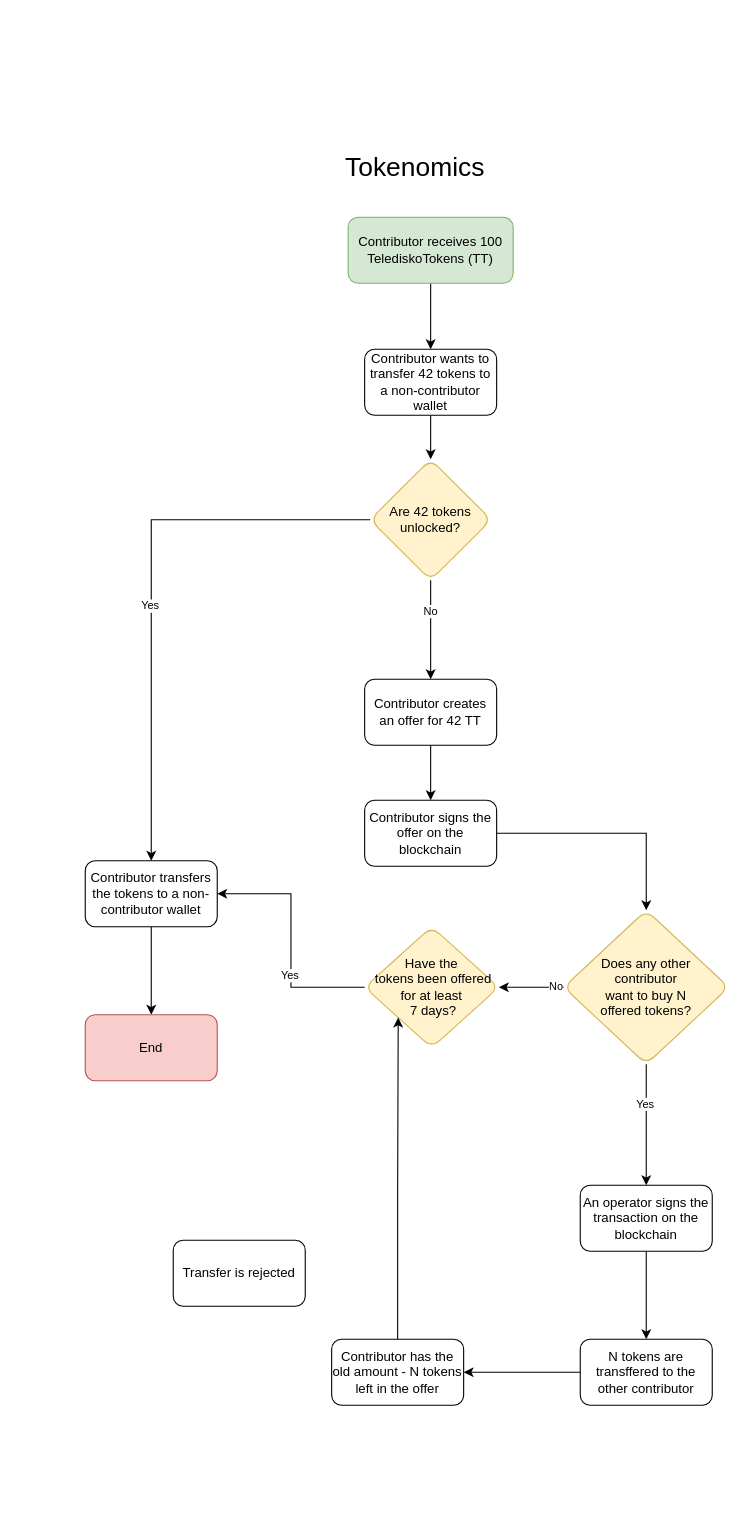
The draw.io diagram tokenomics.drawio in TelediskoDAO/docs, before the edit. Source tidied: cells renumbered, new cells numbered last; positions are measured from the earlier drawing's top-left corner, leaving out a move shared by most shapes. Both pictures are drawn from the tidied source at 110%, with x=0, y=0 at pixel (85, 151).
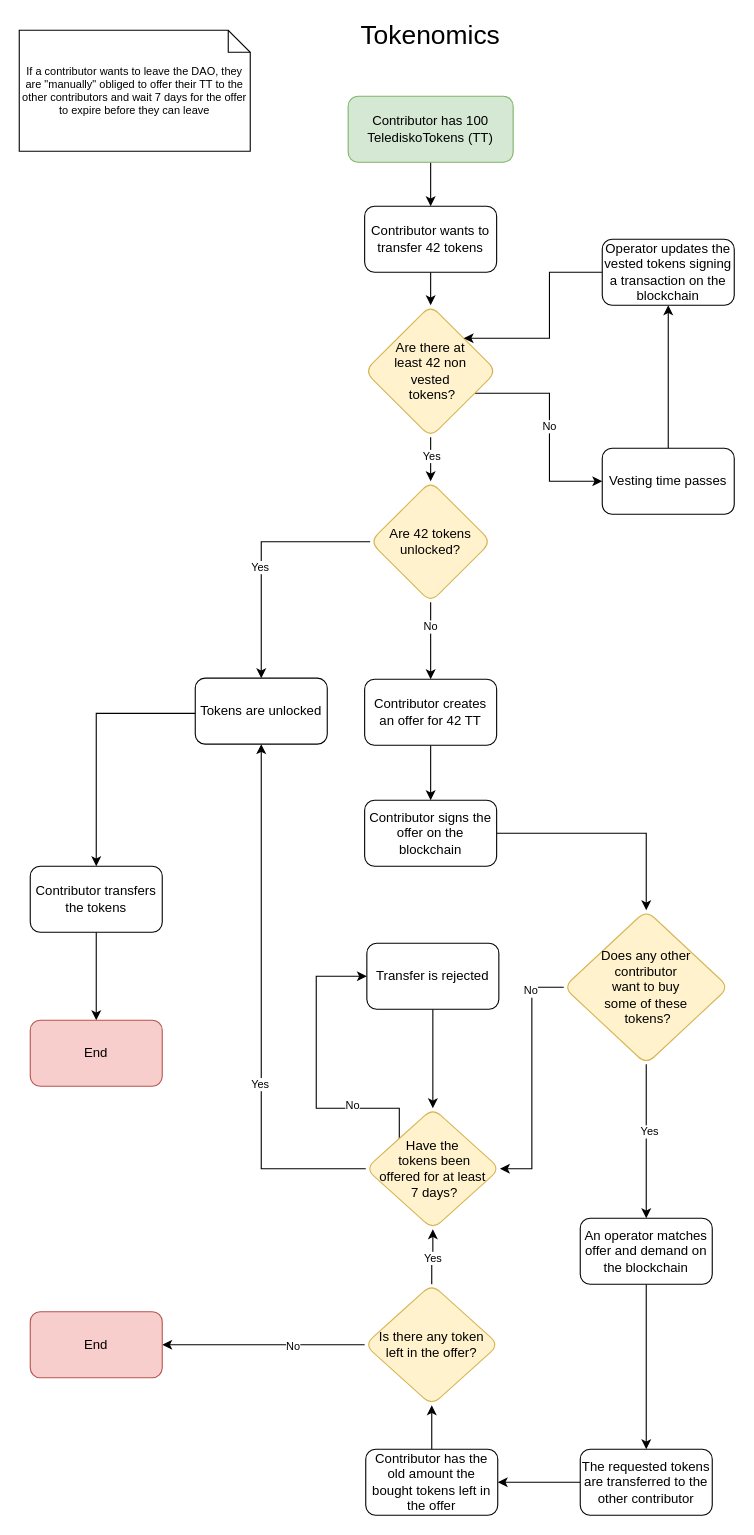
The same diagram, later.

Change to the diagram source:
```diff
@@
-    <mxCell id="3" value="Contributor receives 100 TelediskoTokens (TT)" style="rounded=1;whiteSpace=wrap;html=1;fontSize=12;glass=0;strokeWidth=1;shadow=0;fillColor=#d5e8d4;strokeColor=#82b366;" parent="1" vertex="1">
-      <mxGeometry x="239" y="60" width="150" height="60" as="geometry" />
+    <mxCell id="3" value="Contributor has 100 TelediskoTokens (TT)" style="rounded=1;whiteSpace=wrap;html=1;fontSize=12;glass=0;strokeWidth=1;shadow=0;fillColor=#d5e8d4;strokeColor=#82b366;" parent="1" vertex="1">
+      <mxGeometry x="239" y="-50" width="150" height="60" as="geometry" />
     </mxCell>
     <mxCell id="4" value="&lt;font style=&quot;font-size: 24px;&quot;&gt;Tokenomics&lt;/font&gt;" style="text;html=1;strokeColor=none;fillColor=none;align=center;verticalAlign=middle;whiteSpace=wrap;rounded=0;" parent="1" vertex="1">
-      <mxGeometry x="270" width="60" height="30" as="geometry" />
+      <mxGeometry x="284" y="-120" width="60" height="30" as="geometry" />
     </mxCell>
-    <mxCell id="5" style="edgeStyle=orthogonalEdgeStyle;rounded=0;jettySize=auto;html=1;fontSize=10;" parent="1" edge="1" source="6" target="33">
-      <mxGeometry relative="1" as="geometry" />
-    </mxCell>
+    <mxCell id="34" style="edgeStyle=orthogonalEdgeStyle;rounded=0;jettySize=auto;html=1;entryX=0.5;entryY=0;entryDx=0;entryDy=0;fontSize=10;" parent="1" edge="1" source="6" target="51">
+      <mxGeometry relative="1" as="geometry" />
+    </mxCell>
-    <mxCell id="6" value="Contributor wants to transfer 42 tokens to a non-contributor wallet" style="whiteSpace=wrap;html=1;rounded=1;glass=0;strokeWidth=1;shadow=0;" parent="1" vertex="1">
-      <mxGeometry x="254" y="180" width="120" height="60" as="geometry" />
+    <mxCell id="6" value="Contributor wants to transfer 42 tokens" style="whiteSpace=wrap;html=1;rounded=1;glass=0;strokeWidth=1;shadow=0;" parent="1" vertex="1">
+      <mxGeometry x="254" y="50" width="120" height="60" as="geometry" />
     </mxCell>
-    <mxCell id="7" style="edgeStyle=orthogonalEdgeStyle;rounded=0;jettySize=auto;html=1;fontSize=10;" parent="1" edge="1" source="9" target="15">
+    <mxCell id="7" style="edgeStyle=orthogonalEdgeStyle;rounded=0;jettySize=auto;html=1;fontSize=10;entryX=0.5;entryY=1;entryDx=0;entryDy=0;" parent="1" edge="1" source="9" target="41">
       <mxGeometry relative="1" as="geometry" />
     </mxCell>
@@
+    <mxCell id="35" style="edgeStyle=orthogonalEdgeStyle;rounded=0;jettySize=auto;html=1;fontSize=10;exitX=0;exitY=1;exitDx=0;exitDy=0;" parent="1" edge="1" source="9" target="28">
+      <mxGeometry relative="1" as="geometry">
+        <Array as="points">
+          <mxPoint x="286" y="870" />
+          <mxPoint x="210" y="870" />
+          <mxPoint x="210" y="750" />
+        </Array>
+      </mxGeometry>
+    </mxCell>
+    <mxCell id="36" value="No" style="edgeLabel;html=1;align=center;verticalAlign=middle;fontSize=10;" parent="35" vertex="1">
+      <mxGeometry x="-0.22" y="-4" relative="1" as="geometry" />
+    </mxCell>
-    <mxCell id="9" value="Have the&lt;br&gt;&amp;nbsp;tokens been offered for at least&lt;br&gt;&amp;nbsp;7 days?" style="rhombus;whiteSpace=wrap;html=1;rounded=1;glass=0;strokeWidth=1;shadow=0;fillColor=#fff2cc;strokeColor=#d6b656;align=center;" parent="1" vertex="1">
-      <mxGeometry x="254" y="705" width="122" height="110" as="geometry" />
+    <mxCell id="9" value="Have the&lt;br&gt;&amp;nbsp;tokens been &lt;br&gt;offered for at least&lt;br&gt;&amp;nbsp;7 days?" style="rhombus;whiteSpace=wrap;html=1;rounded=1;glass=0;strokeWidth=1;shadow=0;fillColor=#fff2cc;strokeColor=#d6b656;align=center;" parent="1" vertex="1">
+      <mxGeometry x="255" y="870" width="122" height="110" as="geometry" />
     </mxCell>
@@
-    <mxCell id="15" value="Contributor transfers the tokens to a non-contributor wallet" style="whiteSpace=wrap;html=1;rounded=1;glass=0;strokeWidth=1;shadow=0;" parent="1" vertex="1">
-      <mxGeometry y="645" width="120" height="60" as="geometry" />
+    <mxCell id="15" value="Contributor transfers the tokens" style="whiteSpace=wrap;html=1;rounded=1;glass=0;strokeWidth=1;shadow=0;" parent="1" vertex="1">
+      <mxGeometry x="-50" y="650" width="120" height="60" as="geometry" />
     </mxCell>
-    <mxCell id="16" style="edgeStyle=orthogonalEdgeStyle;rounded=0;jettySize=auto;html=1;fontSize=10;" parent="1" edge="1" source="20" target="22">
-      <mxGeometry relative="1" as="geometry" />
-    </mxCell>
-    <mxCell id="17" value="Yes" style="edgeLabel;html=1;align=center;verticalAlign=middle;fontSize=10;" parent="16" vertex="1">
-      <mxGeometry x="-0.36" y="-2" relative="1" as="geometry" />
-    </mxCell>
@@
+    <mxCell id="16" style="edgeStyle=orthogonalEdgeStyle;rounded=0;jettySize=auto;html=1;fontSize=10;entryX=0.5;entryY=0;entryDx=0;entryDy=0;" parent="1" edge="1" source="20" target="22">
+      <mxGeometry relative="1" as="geometry" />
+    </mxCell>
+    <mxCell id="37" value="Yes" style="edgeLabel;html=1;align=center;verticalAlign=middle;fontSize=10;" parent="16" vertex="1">
+      <mxGeometry x="-0.16" y="2" relative="1" as="geometry">
+        <mxPoint y="1" as="offset" />
+      </mxGeometry>
+    </mxCell>
-    <mxCell id="20" value="Does any other &lt;br&gt;contributor &lt;br&gt;want to buy N &lt;br&gt;offered tokens?" style="rhombus;whiteSpace=wrap;html=1;rounded=1;glass=0;strokeWidth=1;shadow=0;fillColor=#fff2cc;strokeColor=#d6b656;" parent="1" vertex="1">
+    <mxCell id="20" value="Does any other &lt;br&gt;contributor &lt;br&gt;want to buy &lt;br&gt;some of these&lt;br&gt;&amp;nbsp;tokens?" style="rhombus;whiteSpace=wrap;html=1;rounded=1;glass=0;strokeWidth=1;shadow=0;fillColor=#fff2cc;strokeColor=#d6b656;" parent="1" vertex="1">
       <mxGeometry x="435" y="690" width="150" height="140" as="geometry" />
     </mxCell>
@@
-    <mxCell id="22" value="An operator signs the transaction on the blockchain" style="whiteSpace=wrap;html=1;rounded=1;glass=0;strokeWidth=1;shadow=0;" parent="1" vertex="1">
-      <mxGeometry x="450" y="940" width="120" height="60" as="geometry" />
+    <mxCell id="22" value="An operator matches offer and demand on the blockchain" style="whiteSpace=wrap;html=1;rounded=1;glass=0;strokeWidth=1;shadow=0;" parent="1" vertex="1">
+      <mxGeometry x="450" y="970" width="120" height="60" as="geometry" />
     </mxCell>
@@
-    <mxCell id="24" value="N tokens are transffered to the other contributor" style="whiteSpace=wrap;html=1;rounded=1;glass=0;strokeWidth=1;shadow=0;" parent="1" vertex="1">
-      <mxGeometry x="450" y="1080" width="120" height="60" as="geometry" />
+    <mxCell id="24" value="The requested tokens are transferred to the other contributor" style="whiteSpace=wrap;html=1;rounded=1;glass=0;strokeWidth=1;shadow=0;" parent="1" vertex="1">
+      <mxGeometry x="450" y="1180" width="120" height="60" as="geometry" />
     </mxCell>
-    <mxCell id="25" style="edgeStyle=orthogonalEdgeStyle;rounded=0;jettySize=auto;html=1;entryX=0;entryY=1;entryDx=0;entryDy=0;fontSize=10;" parent="1" edge="1" source="26" target="9">
-      <mxGeometry relative="1" as="geometry" />
-    </mxCell>
+    <mxCell id="38" style="edgeStyle=orthogonalEdgeStyle;rounded=0;jettySize=auto;html=1;fontSize=10;" parent="1" edge="1" source="26" target="46">
+      <mxGeometry relative="1" as="geometry" />
+    </mxCell>
-    <mxCell id="26" value="Contributor has the old amount - N tokens left in the offer" style="whiteSpace=wrap;html=1;rounded=1;glass=0;strokeWidth=1;shadow=0;" parent="1" vertex="1">
-      <mxGeometry x="224" y="1080" width="120" height="60" as="geometry" />
+    <mxCell id="26" value="Contributor has the old amount the bought tokens left in the offer" style="whiteSpace=wrap;html=1;rounded=1;glass=0;strokeWidth=1;shadow=0;" parent="1" vertex="1">
+      <mxGeometry x="255" y="1180" width="120" height="60" as="geometry" />
     </mxCell>
     <mxCell id="27" value="End" style="whiteSpace=wrap;html=1;rounded=1;glass=0;strokeWidth=1;shadow=0;fillColor=#f8cecc;strokeColor=#b85450;" parent="1" vertex="1">
-      <mxGeometry y="785" width="120" height="60" as="geometry" />
+      <mxGeometry x="-50" y="790" width="120" height="60" as="geometry" />
     </mxCell>
+    <mxCell id="39" style="edgeStyle=orthogonalEdgeStyle;rounded=0;jettySize=auto;html=1;entryX=0.5;entryY=0;entryDx=0;entryDy=0;fontSize=10;" parent="1" edge="1" source="28" target="9">
+      <mxGeometry relative="1" as="geometry" />
+    </mxCell>
     <mxCell id="28" value="Transfer is rejected" style="whiteSpace=wrap;html=1;rounded=1;glass=0;strokeWidth=1;shadow=0;" parent="1" vertex="1">
-      <mxGeometry x="80" y="990" width="120" height="60" as="geometry" />
+      <mxGeometry x="256" y="720" width="120" height="60" as="geometry" />
     </mxCell>
@@
-    <mxCell id="31" style="edgeStyle=orthogonalEdgeStyle;rounded=0;jettySize=auto;html=1;fontSize=10;" parent="1" edge="1" source="33" target="15">
+    <mxCell id="31" style="edgeStyle=orthogonalEdgeStyle;rounded=0;jettySize=auto;html=1;fontSize=10;entryX=0.5;entryY=0;entryDx=0;entryDy=0;" parent="1" edge="1" source="33" target="41">
       <mxGeometry relative="1" as="geometry" />
     </mxCell>
@@
     <mxCell id="33" value="Are 42 tokens unlocked?" style="rhombus;whiteSpace=wrap;html=1;rounded=1;glass=0;strokeWidth=1;shadow=0;fillColor=#fff2cc;strokeColor=#d6b656;" parent="1" vertex="1">
-      <mxGeometry x="259" y="280" width="110" height="110" as="geometry" />
+      <mxGeometry x="259" y="300" width="110" height="110" as="geometry" />
     </mxCell>
+    <mxCell id="40" style="edgeStyle=orthogonalEdgeStyle;rounded=0;jettySize=auto;html=1;entryX=0.5;entryY=0;entryDx=0;entryDy=0;fontSize=10;" parent="1" edge="1" target="15">
+      <mxGeometry relative="1" as="geometry">
+        <mxPoint x="100" y="511" as="sourcePoint" />
+        <Array as="points">
+          <mxPoint x="10" y="511" />
+        </Array>
+      </mxGeometry>
+    </mxCell>
+    <mxCell id="41" value="Tokens are unlocked" style="whiteSpace=wrap;html=1;rounded=1;glass=0;strokeWidth=1;shadow=0;" parent="1" vertex="1">
+      <mxGeometry x="100" y="479" width="120" height="60" as="geometry" />
+    </mxCell>
+    <mxCell id="42" style="edgeStyle=orthogonalEdgeStyle;rounded=0;jettySize=auto;html=1;entryX=0.5;entryY=1;entryDx=0;entryDy=0;fontSize=10;" parent="1" edge="1" source="46" target="9">
+      <mxGeometry relative="1" as="geometry" />
+    </mxCell>
+    <mxCell id="43" value="Yes" style="edgeLabel;html=1;align=center;verticalAlign=middle;fontSize=10;" parent="42" vertex="1">
+      <mxGeometry x="-0.02" relative="1" as="geometry" />
+    </mxCell>
+    <mxCell id="44" style="edgeStyle=orthogonalEdgeStyle;rounded=0;jettySize=auto;html=1;fontSize=10;" parent="1" edge="1" source="46" target="47">
+      <mxGeometry relative="1" as="geometry" />
+    </mxCell>
+    <mxCell id="45" value="No" style="edgeLabel;html=1;align=center;verticalAlign=middle;fontSize=10;" parent="44" vertex="1">
+      <mxGeometry x="-0.28" relative="1" as="geometry" />
+    </mxCell>
+    <mxCell id="46" value="Is there any token &lt;br&gt;left in the offer?" style="rhombus;whiteSpace=wrap;html=1;rounded=1;glass=0;strokeWidth=1;shadow=0;fillColor=#fff2cc;strokeColor=#d6b656;align=center;" parent="1" vertex="1">
+      <mxGeometry x="254" y="1030" width="122" height="110" as="geometry" />
+    </mxCell>
+    <mxCell id="47" value="End" style="whiteSpace=wrap;html=1;fillColor=#f8cecc;strokeColor=#b85450;rounded=1;glass=0;strokeWidth=1;shadow=0;" parent="1" vertex="1">
+      <mxGeometry x="-50" y="1055" width="120" height="60" as="geometry" />
+    </mxCell>
+    <mxCell id="48" style="edgeStyle=orthogonalEdgeStyle;rounded=0;jettySize=auto;html=1;fontSize=10;" parent="1" edge="1" source="51" target="33">
+      <mxGeometry relative="1" as="geometry" />
+    </mxCell>
+    <mxCell id="49" value="Yes" style="edgeLabel;html=1;align=center;verticalAlign=middle;fontSize=10;" parent="48" vertex="1">
+      <mxGeometry x="-0.23" relative="1" as="geometry">
+        <mxPoint y="1" as="offset" />
+      </mxGeometry>
+    </mxCell>
+    <mxCell id="50" value="No" style="edgeStyle=orthogonalEdgeStyle;rounded=0;jettySize=auto;html=1;entryX=0;entryY=0.5;entryDx=0;entryDy=0;fontSize=10;" parent="1" edge="1" source="51" target="53">
+      <mxGeometry relative="1" as="geometry">
+        <Array as="points">
+          <mxPoint x="422" y="220" />
+          <mxPoint x="422" y="300" />
+        </Array>
+      </mxGeometry>
+    </mxCell>
+    <mxCell id="51" value="Are there at &lt;br&gt;least 42 non &lt;br&gt;vested&lt;br&gt;&amp;nbsp;tokens?" style="rhombus;whiteSpace=wrap;html=1;rounded=1;glass=0;strokeWidth=1;shadow=0;fillColor=#fff2cc;strokeColor=#d6b656;" parent="1" vertex="1">
+      <mxGeometry x="254" y="140" width="120" height="120" as="geometry" />
+    </mxCell>
+    <mxCell id="52" style="edgeStyle=orthogonalEdgeStyle;rounded=0;jettySize=auto;html=1;entryX=0.5;entryY=1;entryDx=0;entryDy=0;fontSize=10;" parent="1" edge="1" source="53" target="55">
+      <mxGeometry relative="1" as="geometry" />
+    </mxCell>
+    <mxCell id="53" value="Vesting time passes" style="whiteSpace=wrap;html=1;rounded=1;glass=0;strokeWidth=1;shadow=0;" parent="1" vertex="1">
+      <mxGeometry x="470" y="270" width="120" height="60" as="geometry" />
+    </mxCell>
+    <mxCell id="54" style="edgeStyle=orthogonalEdgeStyle;rounded=0;jettySize=auto;html=1;entryX=1;entryY=0;entryDx=0;entryDy=0;fontSize=10;" parent="1" edge="1" source="55" target="51">
+      <mxGeometry relative="1" as="geometry" />
+    </mxCell>
+    <mxCell id="55" value="Operator updates the vested tokens signing a transaction on the blockchain" style="whiteSpace=wrap;html=1;rounded=1;glass=0;strokeWidth=1;shadow=0;" parent="1" vertex="1">
+      <mxGeometry x="470" y="80" width="120" height="60" as="geometry" />
+    </mxCell>
+    <mxCell id="56" value="If a contributor wants to leave the DAO, they are &quot;manually&quot; obliged to offer their TT to the other contributors and wait 7 days for the offer to expire before they can leave" style="shape=note;size=20;whiteSpace=wrap;html=1;fontSize=10;" parent="1" vertex="1">
+      <mxGeometry x="-60" y="-110" width="210" height="110" as="geometry" />
+    </mxCell>
```
